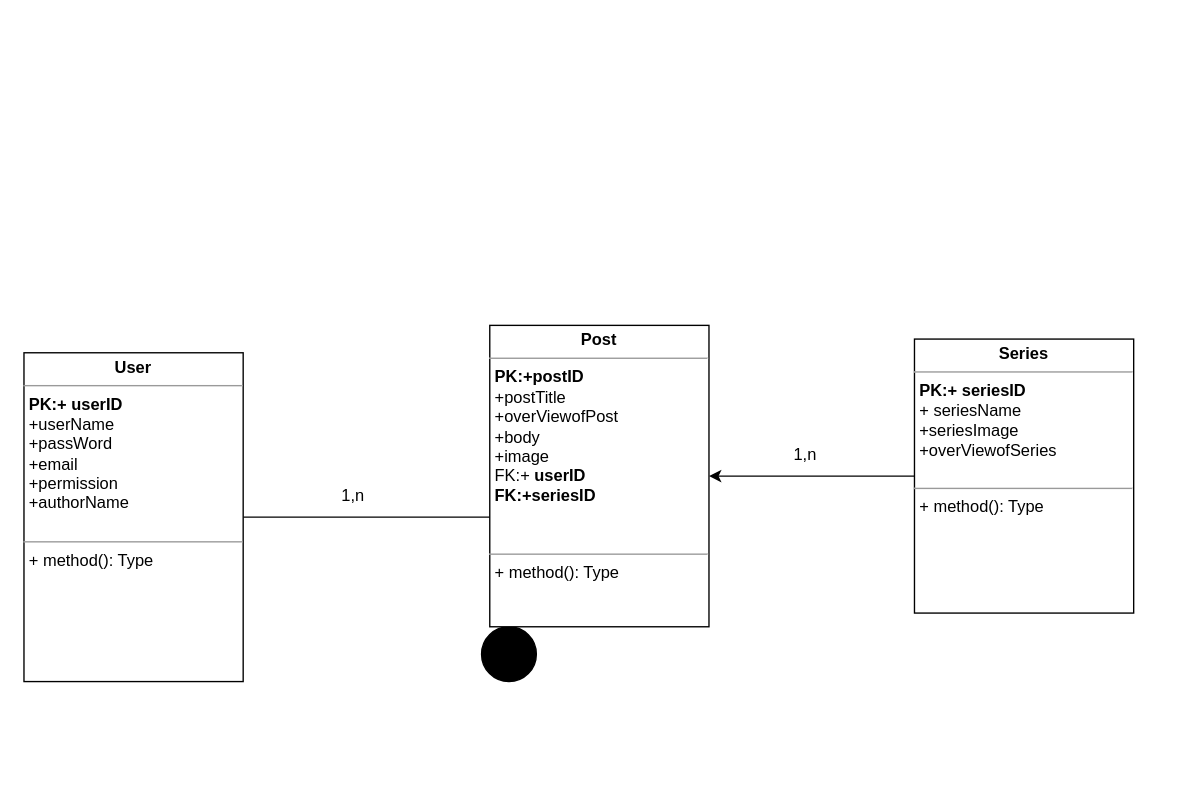
The draw.io diagram diagrams/Class-diagram.drawio in New-Premises-Group/microservice-ecom, before the edit. Source tidied: cells renumbered, new cells numbered last; positions are measured from the earlier drawing's top-left corner, leaving out a move shared by most shapes. Both pictures are drawn from the tidied source at 137%, with x=0, y=0 at pixel (23, 325).
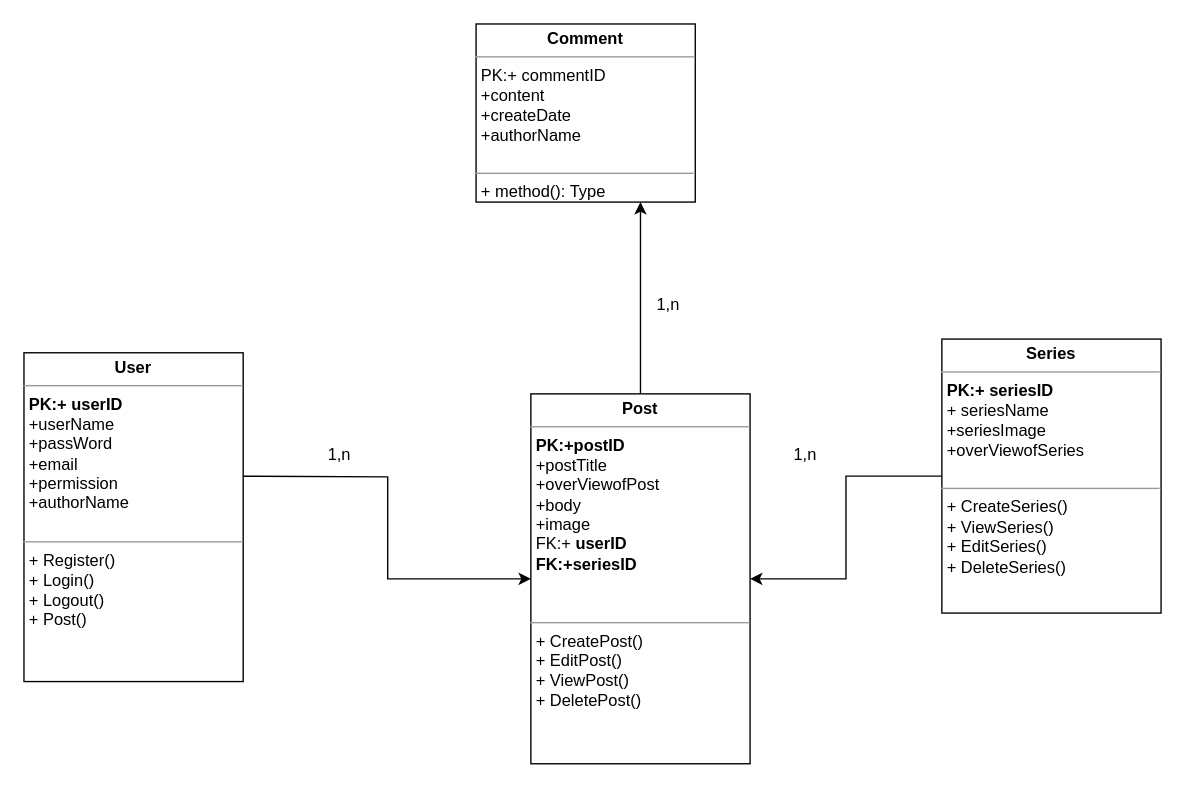
After the change.

The edit, as a diff of the source:
```diff
@@
 <mxGraphModel>
   <root>
     <mxCell id="0" />
     <mxCell id="1" parent="0" />
-    <mxCell id="2" style="shape=ellipse;html=1;fillColor=strokeColor;fontSize=18;fontColor=#ffffff;" parent="1" vertex="1">
-      <mxGeometry x="334" y="220" width="40" height="40" as="geometry" />
-    </mxCell>
-    <mxCell id="3" style="edgeStyle=orthogonalEdgeStyle;rounded=0;jettySize=auto;html=1;entryX=0.063;entryY=0.636;entryDx=0;entryDy=0;entryPerimeter=0;" parent="1" edge="1" source="4" target="5">
-      <mxGeometry relative="1" as="geometry" />
-    </mxCell>
+    <mxCell id="10" style="edgeStyle=orthogonalEdgeStyle;rounded=0;jettySize=auto;html=1;" parent="1" edge="1" target="5">
+      <mxGeometry relative="1" as="geometry">
+        <mxPoint x="160" y="110.1" as="sourcePoint" />
+      </mxGeometry>
+    </mxCell>
-    <mxCell id="4" value="&lt;p style=&quot;margin:0px;margin-top:4px;text-align:center;&quot;&gt;&lt;b&gt;User&lt;/b&gt;&lt;/p&gt;&lt;hr size=&quot;1&quot;&gt;&lt;p style=&quot;margin:0px;margin-left:4px;&quot;&gt;&lt;b&gt;PK:+ userID&lt;/b&gt;&lt;/p&gt;&lt;p style=&quot;margin:0px;margin-left:4px;&quot;&gt;+userName&lt;/p&gt;&lt;p style=&quot;margin:0px;margin-left:4px;&quot;&gt;+passWord&lt;/p&gt;&lt;p style=&quot;margin:0px;margin-left:4px;&quot;&gt;+email&lt;/p&gt;&lt;p style=&quot;margin:0px;margin-left:4px;&quot;&gt;+permission&lt;/p&gt;&lt;p style=&quot;margin:0px;margin-left:4px;&quot;&gt;+authorName&lt;/p&gt;&lt;p style=&quot;margin:0px;margin-left:4px;&quot;&gt;&lt;br&gt;&lt;/p&gt;&lt;hr size=&quot;1&quot;&gt;&lt;p style=&quot;margin:0px;margin-left:4px;&quot;&gt;+ method(): Type&lt;/p&gt;" style="verticalAlign=top;align=left;overflow=fill;fontSize=12;fontFamily=Helvetica;html=1;whiteSpace=wrap;" parent="1" vertex="1">
+    <mxCell id="4" value="&lt;p style=&quot;margin:0px;margin-top:4px;text-align:center;&quot;&gt;&lt;b&gt;User&lt;/b&gt;&lt;/p&gt;&lt;hr size=&quot;1&quot;&gt;&lt;p style=&quot;margin:0px;margin-left:4px;&quot;&gt;&lt;b&gt;PK:+ userID&lt;/b&gt;&lt;/p&gt;&lt;p style=&quot;margin:0px;margin-left:4px;&quot;&gt;+userName&lt;/p&gt;&lt;p style=&quot;margin:0px;margin-left:4px;&quot;&gt;+passWord&lt;/p&gt;&lt;p style=&quot;margin:0px;margin-left:4px;&quot;&gt;+email&lt;/p&gt;&lt;p style=&quot;margin:0px;margin-left:4px;&quot;&gt;+permission&lt;/p&gt;&lt;p style=&quot;margin:0px;margin-left:4px;&quot;&gt;+authorName&lt;/p&gt;&lt;p style=&quot;margin:0px;margin-left:4px;&quot;&gt;&lt;br&gt;&lt;/p&gt;&lt;hr size=&quot;1&quot;&gt;&lt;p style=&quot;margin:0px;margin-left:4px;&quot;&gt;+ Register()&lt;/p&gt;&lt;p style=&quot;margin:0px;margin-left:4px;&quot;&gt;+ Login()&lt;/p&gt;&lt;p style=&quot;margin:0px;margin-left:4px;&quot;&gt;+ Logout()&lt;/p&gt;&lt;p style=&quot;margin:0px;margin-left:4px;&quot;&gt;+ Post()&lt;/p&gt;&lt;p style=&quot;margin:0px;margin-left:4px;&quot;&gt;&lt;br&gt;&lt;/p&gt;" style="verticalAlign=top;align=left;overflow=fill;fontSize=12;fontFamily=Helvetica;html=1;whiteSpace=wrap;" parent="1" vertex="1">
       <mxGeometry y="20" width="160" height="240" as="geometry" />
     </mxCell>
+    <mxCell id="11" style="edgeStyle=orthogonalEdgeStyle;rounded=0;jettySize=auto;html=1;entryX=0.75;entryY=1;entryDx=0;entryDy=0;" parent="1" edge="1" source="5" target="12">
+      <mxGeometry relative="1" as="geometry" />
+    </mxCell>
-    <mxCell id="5" value="&lt;p style=&quot;margin:0px;margin-top:4px;text-align:center;&quot;&gt;&lt;b&gt;Post&lt;/b&gt;&lt;/p&gt;&lt;hr size=&quot;1&quot;&gt;&lt;p style=&quot;margin:0px;margin-left:4px;&quot;&gt;&lt;b&gt;PK:+postID&lt;/b&gt;&lt;/p&gt;&lt;p style=&quot;margin:0px;margin-left:4px;&quot;&gt;+postTitle&lt;/p&gt;&lt;p style=&quot;margin:0px;margin-left:4px;&quot;&gt;+overViewofPost&lt;/p&gt;&lt;p style=&quot;margin:0px;margin-left:4px;&quot;&gt;+body&lt;/p&gt;&lt;p style=&quot;margin:0px;margin-left:4px;&quot;&gt;+image&lt;/p&gt;&lt;p style=&quot;margin:0px;margin-left:4px;&quot;&gt;FK:+&lt;b style=&quot;border-color: var(--border-color);&quot;&gt;&amp;nbsp;userID&lt;/b&gt;&lt;/p&gt;&lt;p style=&quot;margin:0px;margin-left:4px;&quot;&gt;&lt;b&gt;FK:+seriesID&lt;/b&gt;&lt;/p&gt;&lt;div&gt;&lt;b style=&quot;border-color: var(--border-color);&quot;&gt;&lt;br&gt;&lt;/b&gt;&lt;/div&gt;&lt;p style=&quot;margin:0px;margin-left:4px;&quot;&gt;&lt;br&gt;&lt;/p&gt;&lt;hr size=&quot;1&quot;&gt;&lt;p style=&quot;margin:0px;margin-left:4px;&quot;&gt;+ method(): Type&lt;/p&gt;" style="verticalAlign=top;align=left;overflow=fill;fontSize=12;fontFamily=Helvetica;html=1;whiteSpace=wrap;" parent="1" vertex="1">
-      <mxGeometry x="340" width="160" height="220" as="geometry" />
+    <mxCell id="5" value="&lt;p style=&quot;margin:0px;margin-top:4px;text-align:center;&quot;&gt;&lt;b&gt;Post&lt;/b&gt;&lt;/p&gt;&lt;hr size=&quot;1&quot;&gt;&lt;p style=&quot;margin:0px;margin-left:4px;&quot;&gt;&lt;b&gt;PK:+postID&lt;/b&gt;&lt;/p&gt;&lt;p style=&quot;margin:0px;margin-left:4px;&quot;&gt;+postTitle&lt;/p&gt;&lt;p style=&quot;margin:0px;margin-left:4px;&quot;&gt;+overViewofPost&lt;/p&gt;&lt;p style=&quot;margin:0px;margin-left:4px;&quot;&gt;+body&lt;/p&gt;&lt;p style=&quot;margin:0px;margin-left:4px;&quot;&gt;+image&lt;/p&gt;&lt;p style=&quot;margin:0px;margin-left:4px;&quot;&gt;FK:+&lt;b style=&quot;border-color: var(--border-color);&quot;&gt;&amp;nbsp;userID&lt;/b&gt;&lt;/p&gt;&lt;p style=&quot;margin:0px;margin-left:4px;&quot;&gt;&lt;b&gt;FK:+seriesID&lt;/b&gt;&lt;/p&gt;&lt;div&gt;&lt;b style=&quot;border-color: var(--border-color);&quot;&gt;&lt;br&gt;&lt;/b&gt;&lt;/div&gt;&lt;p style=&quot;margin:0px;margin-left:4px;&quot;&gt;&lt;br&gt;&lt;/p&gt;&lt;hr size=&quot;1&quot;&gt;&lt;p style=&quot;margin:0px;margin-left:4px;&quot;&gt;+ CreatePost()&lt;/p&gt;&lt;p style=&quot;margin:0px;margin-left:4px;&quot;&gt;+ EditPost()&lt;/p&gt;&lt;p style=&quot;margin:0px;margin-left:4px;&quot;&gt;+ ViewPost()&lt;/p&gt;&lt;p style=&quot;margin:0px;margin-left:4px;&quot;&gt;+ DeletePost()&lt;/p&gt;&lt;p style=&quot;margin:0px;margin-left:4px;&quot;&gt;&lt;br&gt;&lt;/p&gt;" style="verticalAlign=top;align=left;overflow=fill;fontSize=12;fontFamily=Helvetica;html=1;whiteSpace=wrap;" parent="1" vertex="1">
+      <mxGeometry x="370" y="50" width="160" height="270" as="geometry" />
     </mxCell>
     <mxCell id="6" style="edgeStyle=orthogonalEdgeStyle;rounded=0;jettySize=auto;html=1;" parent="1" edge="1" source="7" target="5">
       <mxGeometry relative="1" as="geometry" />
     </mxCell>
-    <mxCell id="7" value="&lt;p style=&quot;margin:0px;margin-top:4px;text-align:center;&quot;&gt;&lt;b&gt;Series&lt;/b&gt;&lt;/p&gt;&lt;hr size=&quot;1&quot;&gt;&lt;p style=&quot;margin:0px;margin-left:4px;&quot;&gt;&lt;b&gt;PK:+ seriesID&lt;/b&gt;&lt;/p&gt;&lt;p style=&quot;margin:0px;margin-left:4px;&quot;&gt;+ seriesName&lt;/p&gt;&lt;p style=&quot;margin:0px;margin-left:4px;&quot;&gt;+seriesImage&lt;/p&gt;&lt;p style=&quot;margin:0px;margin-left:4px;&quot;&gt;+overViewofSeries&lt;/p&gt;&lt;p style=&quot;margin:0px;margin-left:4px;&quot;&gt;&lt;br&gt;&lt;/p&gt;&lt;hr size=&quot;1&quot;&gt;&lt;p style=&quot;margin:0px;margin-left:4px;&quot;&gt;+ method(): Type&lt;/p&gt;" style="verticalAlign=top;align=left;overflow=fill;fontSize=12;fontFamily=Helvetica;html=1;whiteSpace=wrap;" parent="1" vertex="1">
-      <mxGeometry x="650" y="10" width="160" height="200" as="geometry" />
+    <mxCell id="7" value="&lt;p style=&quot;margin:0px;margin-top:4px;text-align:center;&quot;&gt;&lt;b&gt;Series&lt;/b&gt;&lt;/p&gt;&lt;hr size=&quot;1&quot;&gt;&lt;p style=&quot;margin:0px;margin-left:4px;&quot;&gt;&lt;b&gt;PK:+ seriesID&lt;/b&gt;&lt;/p&gt;&lt;p style=&quot;margin:0px;margin-left:4px;&quot;&gt;+ seriesName&lt;/p&gt;&lt;p style=&quot;margin:0px;margin-left:4px;&quot;&gt;+seriesImage&lt;/p&gt;&lt;p style=&quot;margin:0px;margin-left:4px;&quot;&gt;+overViewofSeries&lt;/p&gt;&lt;p style=&quot;margin:0px;margin-left:4px;&quot;&gt;&lt;br&gt;&lt;/p&gt;&lt;hr size=&quot;1&quot;&gt;&lt;p style=&quot;margin:0px;margin-left:4px;&quot;&gt;+ CreateSeries()&lt;/p&gt;&lt;p style=&quot;margin:0px;margin-left:4px;&quot;&gt;+ ViewSeries()&lt;/p&gt;&lt;p style=&quot;margin:0px;margin-left:4px;&quot;&gt;+ EditSeries()&lt;/p&gt;&lt;p style=&quot;margin:0px;margin-left:4px;&quot;&gt;+ DeleteSeries()&lt;/p&gt;" style="verticalAlign=top;align=left;overflow=fill;fontSize=12;fontFamily=Helvetica;html=1;whiteSpace=wrap;" parent="1" vertex="1">
+      <mxGeometry x="670" y="10" width="160" height="200" as="geometry" />
     </mxCell>
     <mxCell id="8" value="1,n" style="text;html=1;align=center;verticalAlign=middle;strokeColor=none;fillColor=none;" parent="1" vertex="1">
-      <mxGeometry x="220" y="110" width="40" height="30" as="geometry" />
+      <mxGeometry x="210" y="80" width="40" height="30" as="geometry" />
     </mxCell>
     <mxCell id="9" value="1,n&lt;br&gt;" style="text;html=1;align=center;verticalAlign=middle;strokeColor=none;fillColor=none;" parent="1" vertex="1">
       <mxGeometry x="550" y="80" width="40" height="30" as="geometry" />
     </mxCell>
+    <mxCell id="12" value="&lt;p style=&quot;margin:0px;margin-top:4px;text-align:center;&quot;&gt;&lt;b&gt;Comment&lt;/b&gt;&lt;/p&gt;&lt;hr size=&quot;1&quot;&gt;&lt;p style=&quot;margin:0px;margin-left:4px;&quot;&gt;PK:+ commentID&lt;/p&gt;&lt;p style=&quot;margin:0px;margin-left:4px;&quot;&gt;+content&lt;/p&gt;&lt;p style=&quot;margin:0px;margin-left:4px;&quot;&gt;+createDate&lt;/p&gt;&lt;p style=&quot;margin:0px;margin-left:4px;&quot;&gt;+authorName&lt;/p&gt;&lt;p style=&quot;margin:0px;margin-left:4px;&quot;&gt;&lt;br&gt;&lt;/p&gt;&lt;hr size=&quot;1&quot;&gt;&lt;p style=&quot;margin:0px;margin-left:4px;&quot;&gt;+ method(): Type&lt;/p&gt;" style="verticalAlign=top;align=left;overflow=fill;fontSize=12;fontFamily=Helvetica;html=1;whiteSpace=wrap;" parent="1" vertex="1">
+      <mxGeometry x="330" y="-220" width="160" height="130" as="geometry" />
+    </mxCell>
+    <mxCell id="13" value="1,n&lt;br&gt;" style="text;html=1;align=center;verticalAlign=middle;strokeColor=none;fillColor=none;" parent="1" vertex="1">
+      <mxGeometry x="450" y="-30" width="40" height="30" as="geometry" />
+    </mxCell>
   </root>
 </mxGraphModel>
```
